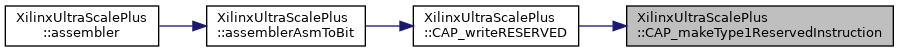
This is classXilinxUltraScalePlus_ac3f66ef125aacb8e1bd82a7e3254a61a_icgraph.png from FPGA-Research-Manchester/byteman, a Graphviz export, as it was before one commit. Its source is kept beside it as classXilinxUltraScalePlus_ac3f66ef125aacb8e1bd82a7e3254a61a_icgraph.dot.
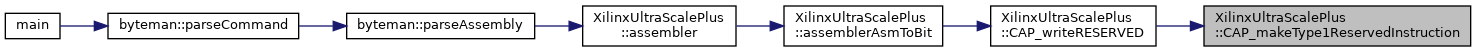
After the change.

Change to the diagram source:
```diff
@@ -10,4 +10,10 @@
   Node3 [label="XilinxUltraScalePlus\l::assemblerAsmToBit",height=0.2,width=0.4,color="black", fillcolor="white", style="filled",URL="$classXilinxUltraScalePlus.html#a058802c627c4177c6fd88ca079551207",tooltip=" "];
   Node3 -> Node4 [dir="back",color="midnightblue",fontsize="10",style="solid",fontname="Helvetica"];
   Node4 [label="XilinxUltraScalePlus\l::assembler",height=0.2,width=0.4,color="black", fillcolor="white", style="filled",URL="$classXilinxUltraScalePlus.html#a53e5f6ec962f1f2a961f90b8b9e90e10",tooltip=" "];
+  Node4 -> Node5 [dir="back",color="midnightblue",fontsize="10",style="solid",fontname="Helvetica"];
+  Node5 [label="byteman::parseAssembly",height=0.2,width=0.4,color="black", fillcolor="white", style="filled",URL="$classbyteman.html#a5e7f2e31d95626075a6ce22b54ecbbf8",tooltip=" "];
+  Node5 -> Node6 [dir="back",color="midnightblue",fontsize="10",style="solid",fontname="Helvetica"];
+  Node6 [label="byteman::parseCommand",height=0.2,width=0.4,color="black", fillcolor="white", style="filled",URL="$classbyteman.html#a97ad2d6b20a10ddb0dd8d373159eea4e",tooltip=" "];
+  Node6 -> Node7 [dir="back",color="midnightblue",fontsize="10",style="solid",fontname="Helvetica"];
+  Node7 [label="main",height=0.2,width=0.4,color="black", fillcolor="white", style="filled",URL="$byteman_8cpp.html#a0ddf1224851353fc92bfbff6f499fa97",tooltip=" "];
 }
```
